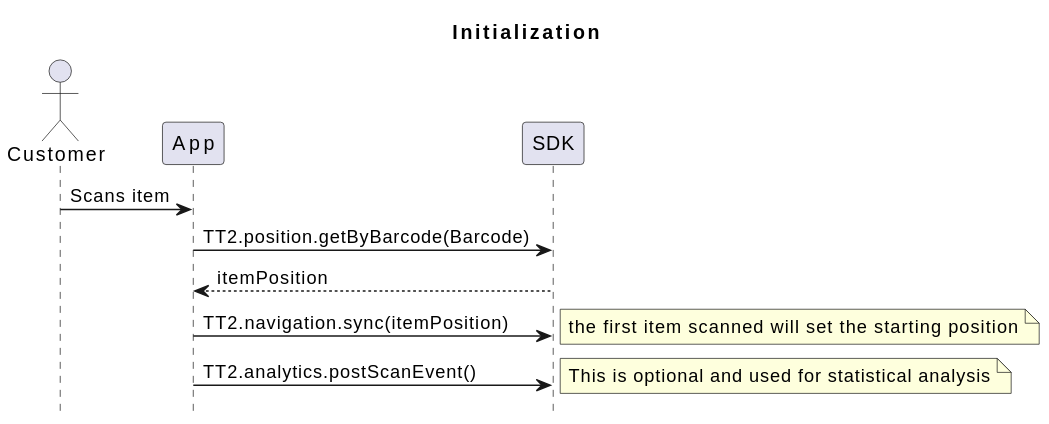
Earlier version of the PlantUML export res/usecases/Initialization.svg (virtualstores/tt2).
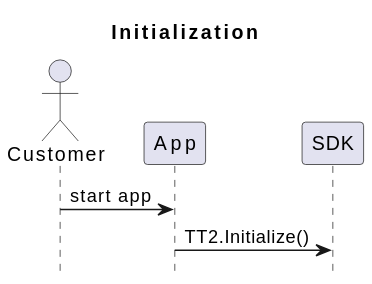
After the commit.

What changed in the source:
```diff
@@ -6,14 +6,6 @@
 participant SDK as sdk
 
 
-
-
-
-    cust -> app: Scans item
-    app -> sdk: TT2.position.getByBarcode(Barcode)
-    sdk --> app: itemPosition
-    app -> sdk: TT2.navigation.sync(itemPosition)
-note right: the first item scanned will set the starting position
-    app -> sdk: TT2.analytics.postScanEvent()
-    note right: This is optional and used for statistical analysis
+cust -> app: start app
+app -> sdk: TT2.Initialize()
 @enduml
```
